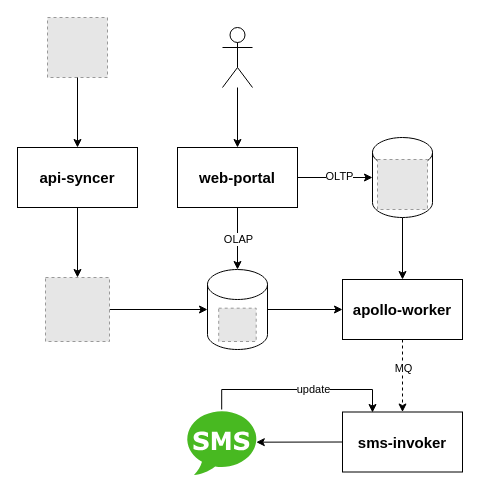
DouTiao-Tech/apollo-marketing keeps this draw.io diagram as apollo.drawio. Above is the earlier version. Source tidied: cells renumbered, new cells numbered last; positions are measured from the earlier drawing's top-left corner, leaving out a move shared by most shapes. Both pictures are drawn from the tidied source at 100%, with x=0, y=0 at pixel (17, 17). Pictures stored in the file or linked from it are replaced by grey dashed boxes.
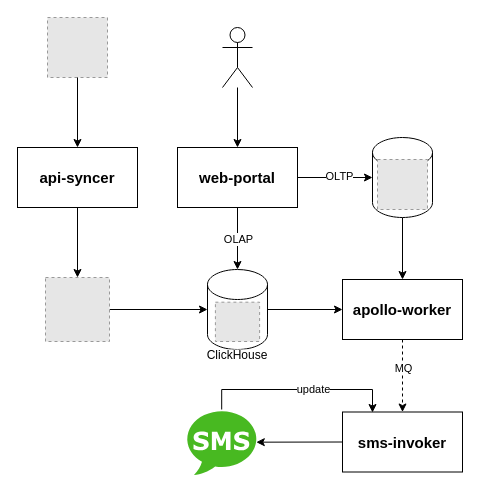
After the change.

Commit message (it also covers changes not shown here):
update architecture diagram

Change to the diagram source:
```diff
@@
-    <mxCell id="10" style="fillColor=#E6E6E6;strokeColor=#999999;dashed=1;verticalLabelPosition=bottom;labelBackgroundColor=#ffffff;verticalAlign=top;" parent="1" vertex="1">
-      <mxGeometry x="201.2" y="290.7" width="37.5" height="33.3" as="geometry" />
+    <mxCell id="10" value="ClickHouse" style="fillColor=#E6E6E6;strokeColor=#999999;dashed=1;verticalLabelPosition=bottom;labelBackgroundColor=#ffffff;verticalAlign=top;" parent="1" vertex="1">
+      <mxGeometry x="197.9" y="284.7" width="44.2" height="39.3" as="geometry" />
     </mxCell>
```
